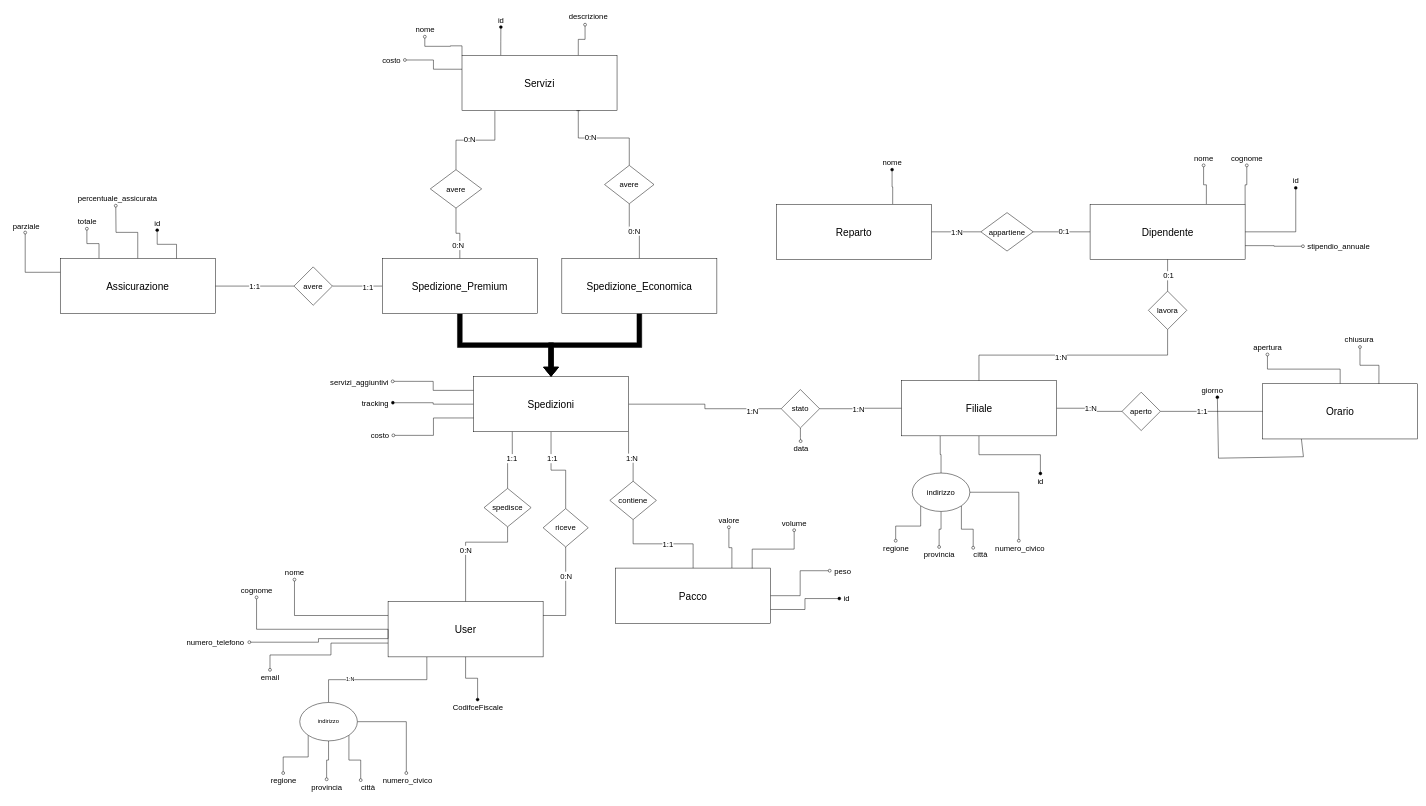
This is Diagramma senza titolo.drawio from dugoalberto/DataBaseProject, a draw.io file, before an edit. Source tidied: cells renumbered, new cells numbered last; positions are measured from the earlier drawing's top-left corner, leaving out a move shared by most shapes. Both pictures are drawn from the tidied source at 48%, with x=0, y=0 at pixel (8, 8).
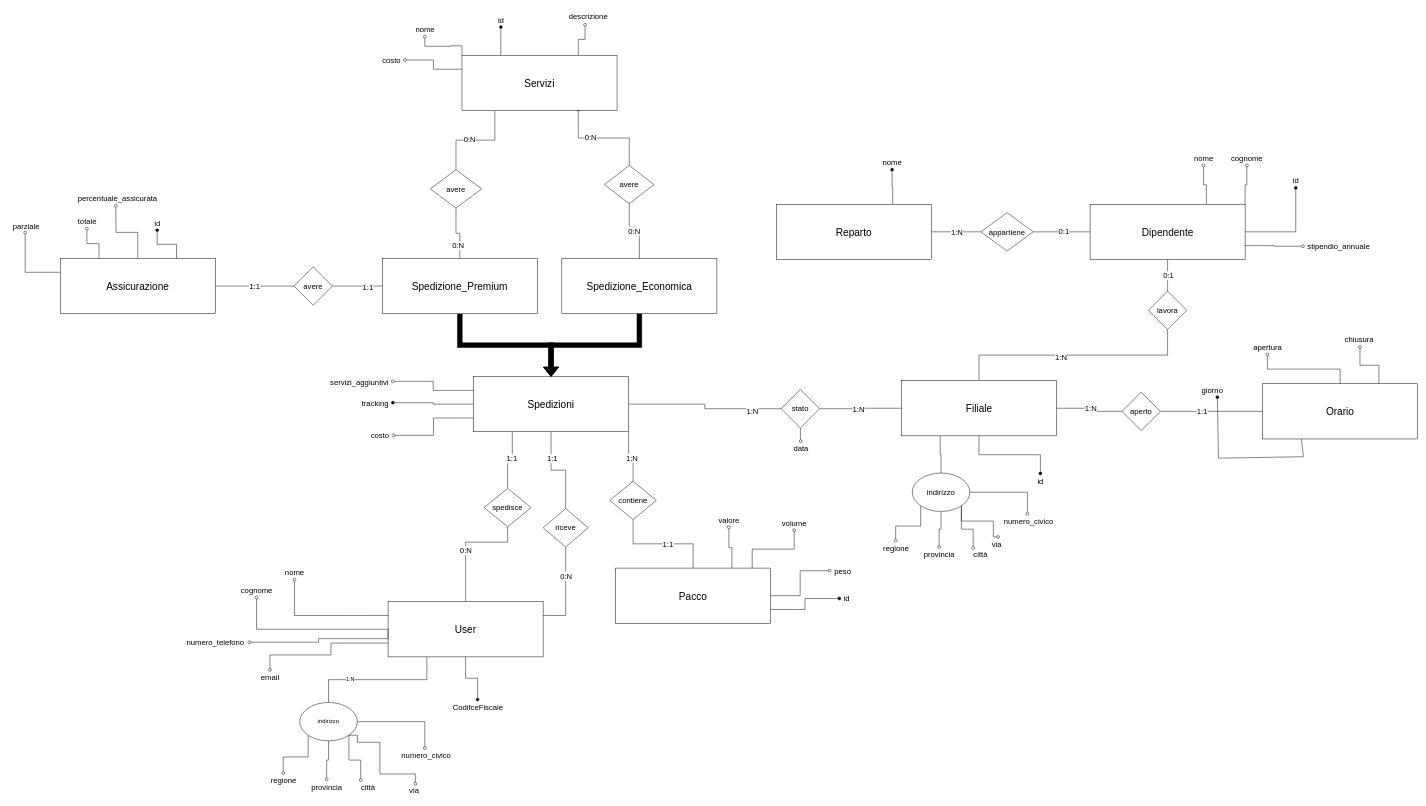
Above is the later version.

The change refers to these unchanged cells:
```xml
<mxCell id="84" value="indirizzo" style="ellipse;whiteSpace=wrap;html=1;fontSize=16;" parent="1" vertex="1">
  <mxGeometry x="1883" y="968" width="120" height="80" as="geometry" />
</mxCell>
<mxCell id="99" value="indirizzo" style="ellipse;whiteSpace=wrap;html=1;" parent="1" vertex="1">
  <mxGeometry x="607" y="1446" width="120" height="80" as="geometry" />
</mxCell>
```

What changed in the source:
```diff
@@
     <mxCell id="93" value="&lt;font style=&quot;font-size: 16px;&quot;&gt;&amp;nbsp;numero_civico&lt;/font&gt;" style="text;html=1;align=center;verticalAlign=middle;points=[];strokeColor=none;fillColor=none;fontSize=16;" parent="1" vertex="1">
-      <mxGeometry x="2042" y="1109" width="126" height="31" as="geometry" />
+      <mxGeometry x="2060" y="1053" width="126" height="31" as="geometry" />
     </mxCell>
@@
     <mxCell id="102" value="&lt;font style=&quot;font-size: 16px;&quot;&gt;&amp;nbsp;numero_civico&lt;/font&gt;" style="text;html=1;align=center;verticalAlign=middle;points=[];strokeColor=none;fillColor=none;fontSize=16;" parent="1" vertex="1">
-      <mxGeometry x="766" y="1593" width="126" height="31" as="geometry" />
+      <mxGeometry x="804.5" y="1541" width="126" height="31" as="geometry" />
     </mxCell>
@@
+    <mxCell id="144" value="&lt;font style=&quot;font-size: 16px;&quot;&gt;via&lt;/font&gt;" style="text;html=1;align=center;verticalAlign=middle;points=[];strokeColor=none;fillColor=none;fontSize=16;" parent="1" vertex="1">
+      <mxGeometry x="826" y="1614" width="38" height="31" as="geometry" />
+    </mxCell>
+    <mxCell id="145" style="edgeStyle=orthogonalEdgeStyle;rounded=0;jettySize=auto;html=1;exitX=1;exitY=1;exitDx=0;exitDy=0;endArrow=oval;endFill=0;entryX=0.573;entryY=0.04;entryDx=0;entryDy=0;entryPerimeter=0;" parent="1" edge="1" source="99" target="144">
+      <mxGeometry relative="1" as="geometry">
+        <Array as="points">
+          <mxPoint x="727" y="1514" />
+          <mxPoint x="727" y="1529" />
+          <mxPoint x="774" y="1529" />
+          <mxPoint x="774" y="1595" />
+          <mxPoint x="848" y="1595" />
+        </Array>
+      </mxGeometry>
+    </mxCell>
+    <mxCell id="146" value="&lt;font style=&quot;font-size: 16px;&quot;&gt;via&lt;/font&gt;" style="text;html=1;align=center;verticalAlign=middle;points=[];strokeColor=none;fillColor=none;fontSize=16;" parent="1" vertex="1">
+      <mxGeometry x="2040" y="1100" width="38" height="31" as="geometry" />
+    </mxCell>
+    <mxCell id="147" style="edgeStyle=orthogonalEdgeStyle;rounded=0;jettySize=auto;html=1;exitX=1;exitY=1;exitDx=0;exitDy=0;endArrow=oval;endFill=0;entryX=0.573;entryY=0.04;entryDx=0;entryDy=0;entryPerimeter=0;" parent="1" edge="1" source="84" target="146">
+      <mxGeometry relative="1" as="geometry">
+        <Array as="points">
+          <mxPoint x="1985" y="1068" />
+          <mxPoint x="2052" y="1068" />
+        </Array>
+      </mxGeometry>
+    </mxCell>
```
